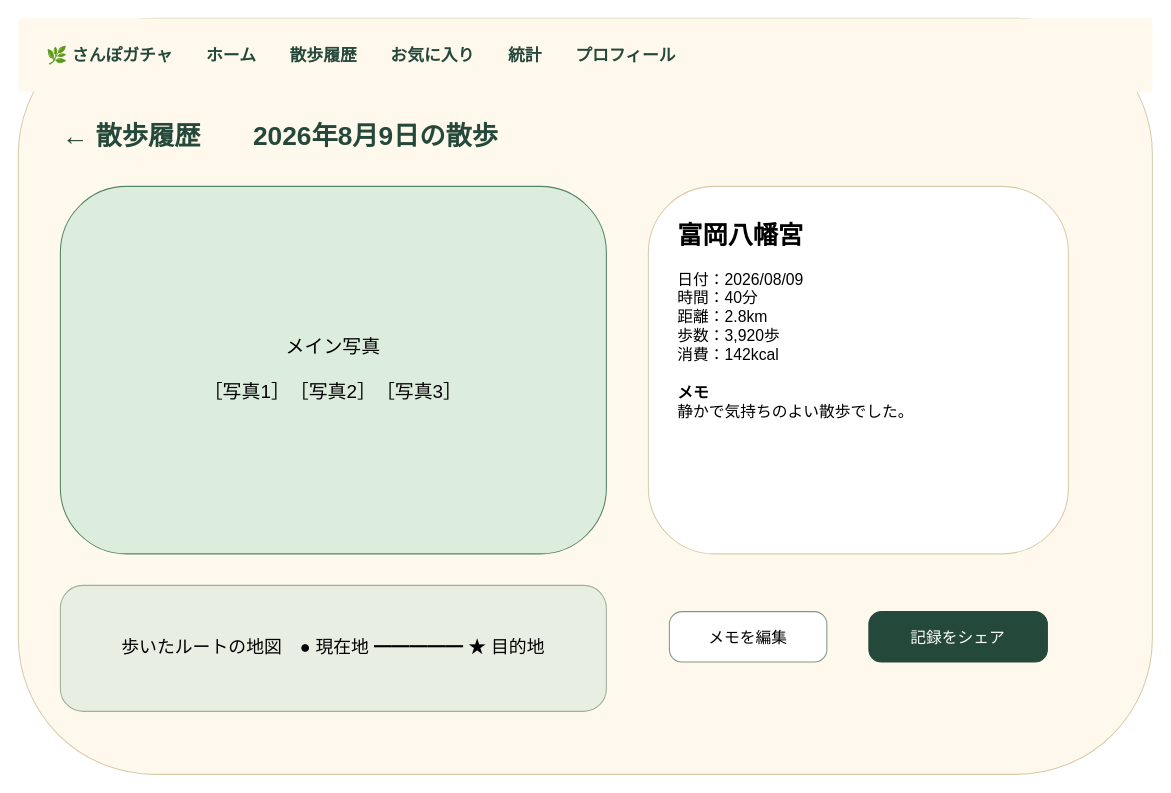
Above: page "13_散歩記録詳細" (13 of 17) of docs/sanpogacha.drawio in study-basic-hackathon/sanpo-gacha (draw.io), before the change. Source tidied: cells renumbered, new cells numbered last; positions are measured from the earlier drawing's top-left corner, leaving out a move shared by most shapes. Both pictures are drawn from the tidied source at 105%, with x=0, y=0 at pixel (18, 18).
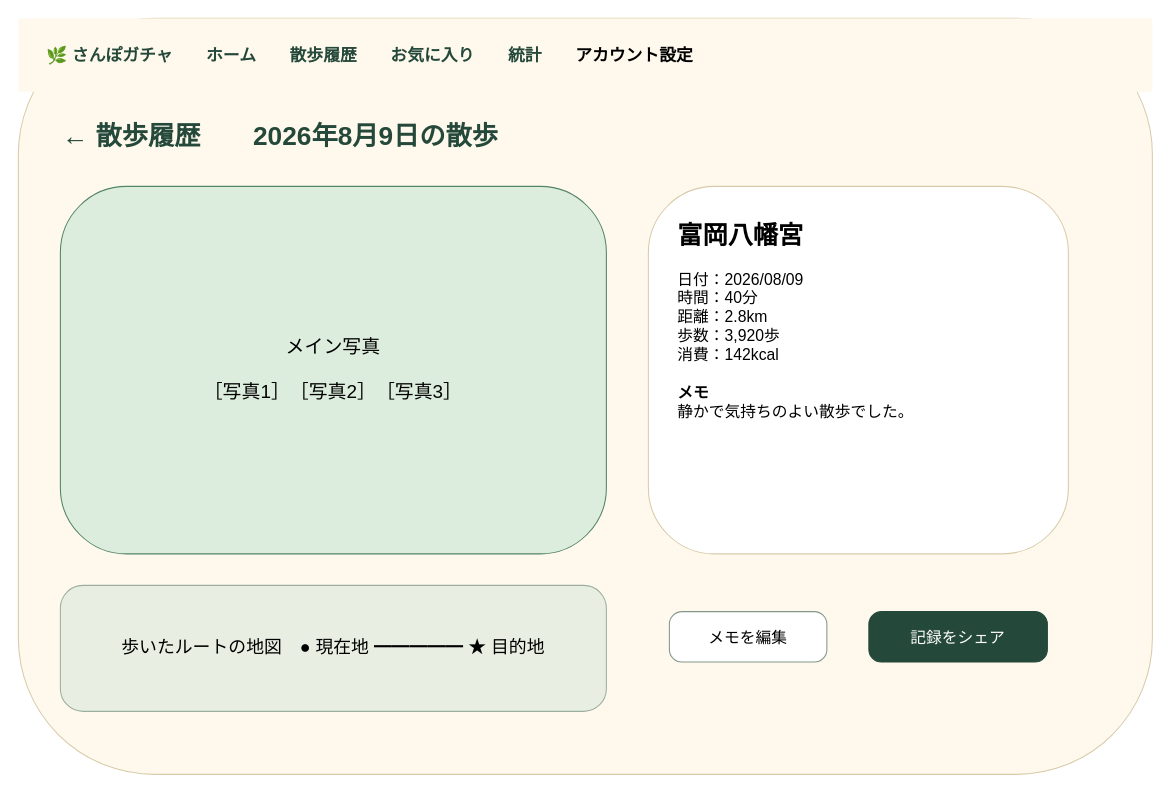
After the change.

The edit, as a diff of the source:
```diff
@@
 <mxGraphModel>
   <root>
     <mxCell id="0" />
     <mxCell id="1" parent="0" />
     <mxCell id="2" style="rounded=1;arcSize=18;whiteSpace=wrap;html=1;fillColor=#FFF9ED;strokeColor=#D8CBAA;" parent="1" vertex="1">
       <mxGeometry width="1080" height="720" as="geometry" />
     </mxCell>
-    <mxCell id="3" value="🌿 さんぽガチャ　　ホーム　　散歩履歴　　お気に入り　　統計　　プロフィール" style="whiteSpace=wrap;html=1;fillColor=#FFF9ED;strokeColor=none;align=left;spacingLeft=25;fontColor=#24483A;fontSize=16;fontStyle=1;" parent="1" vertex="1">
+    <mxCell id="3" value="🌿 さんぽガチャ　　ホーム　　散歩履歴　　お気に入り　　統計　　&lt;span style=&quot;color: rgb(0, 0, 0);&quot;&gt;アカウント設定&lt;/span&gt;" style="whiteSpace=wrap;html=1;fillColor=#FFF9ED;strokeColor=none;align=left;spacingLeft=25;fontColor=#24483A;fontSize=16;fontStyle=1;" parent="1" vertex="1">
       <mxGeometry width="1080" height="70" as="geometry" />
     </mxCell>
     <mxCell id="4" value="← 散歩履歴　　2026年8月9日の散歩" style="text;html=1;fontSize=25;fontStyle=1;fontColor=#24483A;align=left;" parent="1" vertex="1">
       <mxGeometry x="40" y="90" width="650" height="50" as="geometry" />
     </mxCell>
     <mxCell id="5" value="メイン写真&lt;br&gt;&lt;br&gt;［写真1］　［写真2］　［写真3］" style="rounded=1;arcSize=18;whiteSpace=wrap;html=1;fillColor=#DDEDDD;strokeColor=#538467;fontSize=18;" parent="1" vertex="1">
       <mxGeometry x="40" y="160" width="520" height="350" as="geometry" />
     </mxCell>
     <mxCell id="6" value="&lt;b style=&quot;font-size:24px&quot;&gt;富岡八幡宮&lt;/b&gt;&lt;br&gt;&lt;br&gt;日付：2026/08/09&lt;br&gt;時間：40分&lt;br&gt;距離：2.8km&lt;br&gt;歩数：3,920歩&lt;br&gt;消費：142kcal&lt;br&gt;&lt;br&gt;&lt;b&gt;メモ&lt;/b&gt;&lt;br&gt;静かで気持ちのよい散歩でした。" style="rounded=1;arcSize=18;whiteSpace=wrap;html=1;fillColor=#FFFFFF;strokeColor=#D8CBAA;align=left;verticalAlign=top;spacing=28;fontSize=15;" parent="1" vertex="1">
       <mxGeometry x="600" y="160" width="400" height="350" as="geometry" />
     </mxCell>
     <mxCell id="7" value="歩いたルートの地図　● 現在地 ━━━━━ ★ 目的地" style="rounded=1;arcSize=18;whiteSpace=wrap;html=1;fillColor=#E8EFE2;strokeColor=#9CAF9E;fontSize=17;" parent="1" vertex="1">
       <mxGeometry x="40" y="540" width="520" height="120" as="geometry" />
     </mxCell>
     <mxCell id="8" value="メモを編集" style="rounded=1;arcSize=25;whiteSpace=wrap;html=1;fillColor=#FFFFFF;strokeColor=#829789;fontSize=15;" parent="1" vertex="1">
       <mxGeometry x="620" y="565" width="150" height="48" as="geometry" />
     </mxCell>
     <mxCell id="9" value="記録をシェア" style="rounded=1;arcSize=25;whiteSpace=wrap;html=1;fillColor=#24483A;fontColor=#FFFFFF;strokeColor=#24483A;fontSize=15;" parent="1" vertex="1">
       <mxGeometry x="810" y="565" width="170" height="48" as="geometry" />
     </mxCell>
   </root>
 </mxGraphModel>
```
